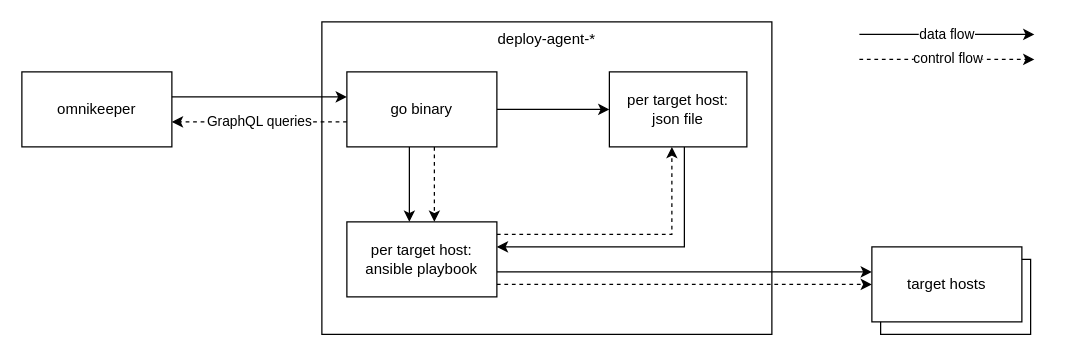
This is contrib/overview.drawio from max-bytes/omnikeeper-deploy-agent, a draw.io file, before an edit. Source tidied: cells renumbered, new cells numbered last; positions are measured from the earlier drawing's top-left corner, leaving out a move shared by most shapes. Both pictures are drawn from the tidied source at 125%, with x=0, y=0 at pixel (21, 21).
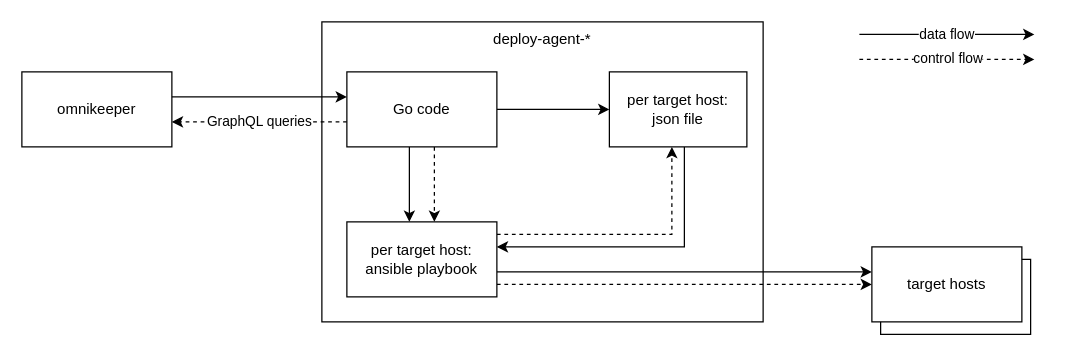
Above is the later version.

Diff of the diagram source:
```diff
@@
     <mxCell id="4" value="deploy-agent-*" style="rounded=0;whiteSpace=wrap;html=1;verticalAlign=top;" parent="1" vertex="1">
-      <mxGeometry x="240" width="360" height="250" as="geometry" />
+      <mxGeometry x="240" width="353" height="240" as="geometry" />
     </mxCell>
@@
-    <mxCell id="9" value="go binary" style="rounded=0;whiteSpace=wrap;html=1;" parent="1" vertex="1">
+    <mxCell id="9" value="Go code" style="rounded=0;whiteSpace=wrap;html=1;" parent="1" vertex="1">
       <mxGeometry x="260" y="40" width="120" height="60" as="geometry" />
     </mxCell>
```
